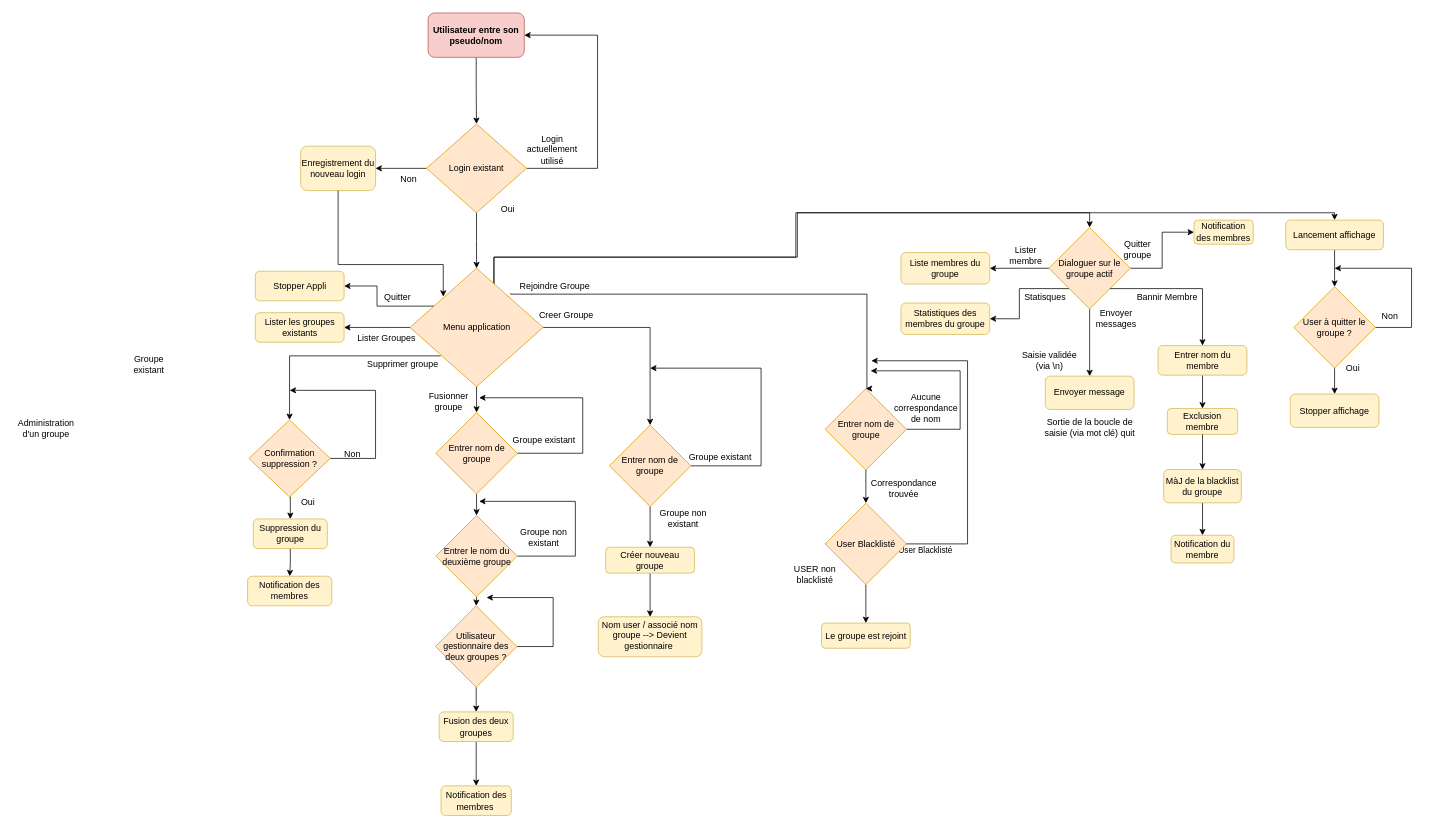
The draw.io diagram docs/Diagramme/DiagrammeFlux_Projet_a_jourV3.drawio in clementfvrl/projet_linux, before the edit. Source tidied: cells renumbered, new cells numbered last; positions are measured from the earlier drawing's top-left corner, leaving out a move shared by most shapes. Both pictures are drawn from the tidied source at 74%, with x=0, y=0 at pixel (13, 13).
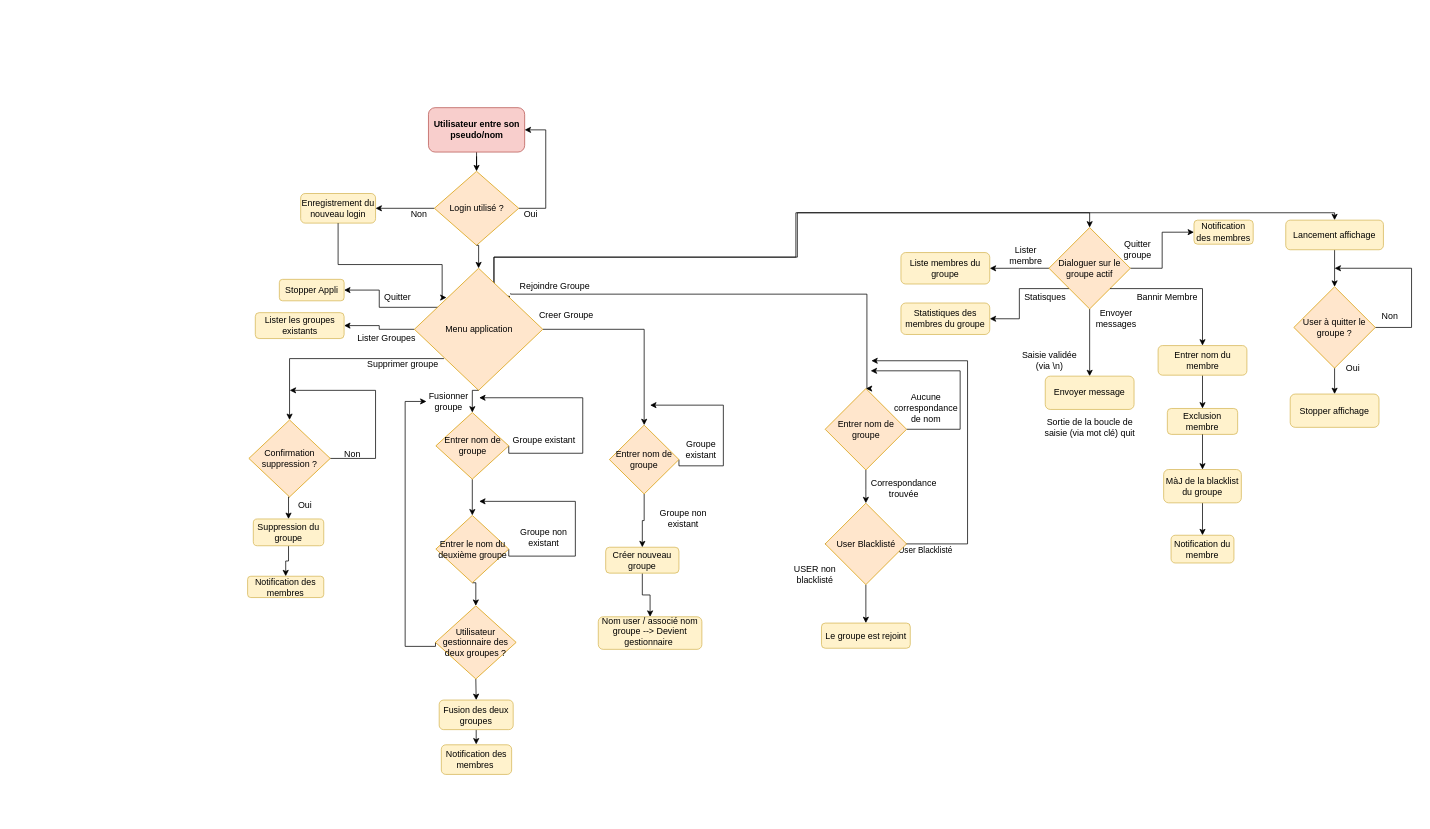
The same diagram, later.

The change refers to these unchanged cells:
```xml
<mxCell id="40" value="Fusionner groupe" style="text;strokeColor=none;align=center;fillColor=none;html=1;verticalAlign=middle;whiteSpace=wrap;rounded=0;" parent="1" vertex="1">
  <mxGeometry x="558.8" y="510" width="60" height="30" as="geometry" />
</mxCell>
```

Change to the diagram source:
```diff
@@
     <mxCell id="3" value="&lt;b&gt;Utilisateur entre son pseudo/nom&lt;/b&gt;" style="rounded=1;whiteSpace=wrap;html=1;fontSize=12;glass=0;strokeWidth=1;shadow=0;fillColor=#f8cecc;strokeColor=#b85450;" parent="1" vertex="1">
-      <mxGeometry x="561" width="130" height="60" as="geometry" />
+      <mxGeometry x="561.5" y="128" width="130" height="60" as="geometry" />
     </mxCell>
@@
     <mxCell id="5" value="Créer nouveau groupe" style="whiteSpace=wrap;html=1;rounded=1;glass=0;strokeWidth=1;shadow=0;fillColor=#fff2cc;strokeColor=#d6b656;" parent="1" vertex="1">
-      <mxGeometry x="801" y="722" width="120" height="35" as="geometry" />
+      <mxGeometry x="801" y="722" width="99" height="35" as="geometry" />
     </mxCell>
@@
     <mxCell id="7" value="Groupe existant" style="text;strokeColor=none;align=center;fillColor=none;html=1;verticalAlign=middle;whiteSpace=wrap;rounded=0;" parent="1" vertex="1">
-      <mxGeometry x="911" y="580" width="90" height="40" as="geometry" />
+      <mxGeometry x="900" y="569.5" width="60" height="40" as="geometry" />
     </mxCell>
@@
     <mxCell id="27" value="Menu application" style="rhombus;whiteSpace=wrap;html=1;points=[[0,0.5,0,0,0],[0.23,0.74,0,0,0],[0.25,0.24,0,0,0],[0.5,0,0,0,0],[0.5,1,0,0,0],[0.74,0.24,0,0,0],[0.76,0.74,0,0,0],[1,0.5,0,0,0]];fillColor=#ffe6cc;strokeColor=#d79b00;" parent="1" vertex="1">
-      <mxGeometry x="536.5" y="345" width="180" height="160" as="geometry" />
+      <mxGeometry x="542.5" y="345" width="173.5" height="165" as="geometry" />
     </mxCell>
     <mxCell id="28" style="edgeStyle=orthogonalEdgeStyle;rounded=0;jettySize=auto;html=1;exitX=1;exitY=0.5;exitDx=0;exitDy=0;" parent="1" edge="1" source="30">
       <mxGeometry relative="1" as="geometry">
-        <mxPoint x="861" y="480" as="targetPoint" />
+        <mxPoint x="861" y="530" as="targetPoint" />
         <Array as="points">
-          <mxPoint x="1011" y="612" />
-          <mxPoint x="1011" y="480" />
+          <mxPoint x="960" y="612" />
+          <mxPoint x="960" y="530" />
+          <mxPoint x="861" y="530" />
         </Array>
       </mxGeometry>
     </mxCell>
@@
     <mxCell id="30" value="Entrer nom de groupe" style="rhombus;whiteSpace=wrap;html=1;fillColor=#ffe6cc;strokeColor=#d79b00;" parent="1" vertex="1">
-      <mxGeometry x="806" y="557" width="110" height="110" as="geometry" />
+      <mxGeometry x="806" y="557" width="94" height="93" as="geometry" />
     </mxCell>
     <mxCell id="31" value="Lister les groupes existants" style="rounded=1;whiteSpace=wrap;html=1;fontSize=12;glass=0;strokeWidth=1;shadow=0;fillColor=#fff2cc;strokeColor=#d6b656;" parent="1" vertex="1">
-      <mxGeometry x="327.5" y="405" width="120" height="40" as="geometry" />
+      <mxGeometry x="327.5" y="405" width="120" height="35" as="geometry" />
     </mxCell>
     <mxCell id="32" value="Nom user / associé nom groupe --&amp;gt; Devient gestionnaire&amp;nbsp;" style="rounded=1;whiteSpace=wrap;html=1;shadow=0;strokeWidth=1;spacing=6;spacingTop=-4;fillColor=#fff2cc;strokeColor=#d6b656;" parent="1" vertex="1">
-      <mxGeometry x="791" y="816" width="140" height="54" as="geometry" />
+      <mxGeometry x="791" y="816" width="140" height="44" as="geometry" />
     </mxCell>
@@
     <mxCell id="36" value="Suppression du groupe" style="rounded=1;whiteSpace=wrap;html=1;fillColor=#fff2cc;strokeColor=#d6b656;" parent="1" vertex="1">
-      <mxGeometry x="324.8" y="683.8" width="100" height="40" as="geometry" />
+      <mxGeometry x="324.8" y="683.8" width="95.2" height="36.2" as="geometry" />
     </mxCell>
@@
     <mxCell id="39" value="Fusion des deux groupes" style="rounded=1;whiteSpace=wrap;html=1;fillColor=#fff2cc;strokeColor=#d6b656;" parent="1" vertex="1">
-      <mxGeometry x="576" y="944.5" width="100" height="40" as="geometry" />
+      <mxGeometry x="576" y="928.5" width="100" height="40" as="geometry" />
     </mxCell>
@@
     <mxCell id="44" value="Notification des membres&amp;nbsp;" style="rounded=1;whiteSpace=wrap;html=1;fillColor=#fff2cc;strokeColor=#d6b656;" parent="1" vertex="1">
-      <mxGeometry x="578.5" y="1044.5" width="95" height="40" as="geometry" />
+      <mxGeometry x="578.9" y="989" width="95" height="40" as="geometry" />
     </mxCell>
@@
     <mxCell id="62" value="Notification des membres" style="rounded=1;whiteSpace=wrap;html=1;fillColor=#fff2cc;strokeColor=#d6b656;" parent="1" vertex="1">
-      <mxGeometry x="317.1" y="761.2" width="113.8" height="40" as="geometry" />
+      <mxGeometry x="317.1" y="761.2" width="102.9" height="28.8" as="geometry" />
     </mxCell>
@@
     <mxCell id="64" value="Oui" style="text;html=1;align=center;verticalAlign=middle;whiteSpace=wrap;rounded=0;" parent="1" vertex="1">
-      <mxGeometry x="368.8" y="647.2" width="60" height="30" as="geometry" />
+      <mxGeometry x="364.8" y="651.2" width="60" height="30" as="geometry" />
     </mxCell>
@@
     <mxCell id="67" value="Entrer le nom du deuxième groupe" style="rhombus;whiteSpace=wrap;html=1;fillColor=#ffe6cc;strokeColor=#d79b00;" parent="1" vertex="1">
-      <mxGeometry x="571.5" y="679" width="110" height="110" as="geometry" />
+      <mxGeometry x="571.5" y="679" width="98.5" height="91" as="geometry" />
     </mxCell>
@@
-    <mxCell id="69" value="Groupe existant" style="text;html=1;align=center;verticalAlign=middle;whiteSpace=wrap;rounded=0;" parent="1" vertex="1">
-      <mxGeometry x="154" y="460" width="60" height="30" as="geometry" />
-    </mxCell>
@@
     <mxCell id="73" value="Stopper Appli" style="rounded=1;whiteSpace=wrap;html=1;fontSize=12;glass=0;strokeWidth=1;shadow=0;fillColor=#fff2cc;strokeColor=#d6b656;" parent="1" vertex="1">
-      <mxGeometry x="327.5" y="349" width="120" height="40" as="geometry" />
+      <mxGeometry x="360" y="360" width="87.5" height="29" as="geometry" />
     </mxCell>
@@
-    <mxCell id="83" value="Administration d'un groupe" style="text;strokeColor=none;align=center;fillColor=none;html=1;verticalAlign=middle;whiteSpace=wrap;rounded=0;" parent="1" vertex="1">
-      <mxGeometry y="540.5" width="90" height="40" as="geometry" />
-    </mxCell>
@@
     <mxCell id="87" style="edgeStyle=orthogonalEdgeStyle;rounded=0;jettySize=auto;html=1;exitX=1;exitY=0.5;exitDx=0;exitDy=0;exitPerimeter=0;entryX=1;entryY=0.5;entryDx=0;entryDy=0;" parent="1" edge="1" source="88" target="3">
       <mxGeometry relative="1" as="geometry">
         <Array as="points">
-          <mxPoint x="790" y="210" />
-          <mxPoint x="790" y="30" />
+          <mxPoint x="720" y="264" />
+          <mxPoint x="720" y="158" />
         </Array>
       </mxGeometry>
     </mxCell>
-    <mxCell id="88" value="Login existant" style="rhombus;whiteSpace=wrap;html=1;points=[[0,0.5,0,0,0],[0.23,0.74,0,0,0],[0.25,0.24,0,0,0],[0.5,0,0,0,0],[0.5,1,0,0,0],[0.74,0.24,0,0,0],[0.76,0.74,0,0,0],[1,0.5,0,0,0]];fillColor=#ffe6cc;strokeColor=#d79b00;" parent="1" vertex="1">
-      <mxGeometry x="558.8" y="150" width="135.2" height="120" as="geometry" />
+    <mxCell id="88" value="Login utilisé ?" style="rhombus;whiteSpace=wrap;html=1;points=[[0,0.5,0,0,0],[0.23,0.74,0,0,0],[0.25,0.24,0,0,0],[0.5,0,0,0,0],[0.5,1,0,0,0],[0.74,0.24,0,0,0],[0.76,0.74,0,0,0],[1,0.5,0,0,0]];fillColor=#ffe6cc;strokeColor=#d79b00;" parent="1" vertex="1">
+      <mxGeometry x="569.5" y="214" width="114" height="100" as="geometry" />
     </mxCell>
@@
     <mxCell id="90" value="Enregistrement du nouveau login" style="rounded=1;whiteSpace=wrap;html=1;fillColor=#fff2cc;strokeColor=#d6b656;" parent="1" vertex="1">
-      <mxGeometry x="388.8" y="180" width="101.2" height="60" as="geometry" />
+      <mxGeometry x="388.8" y="244" width="101.2" height="40" as="geometry" />
     </mxCell>
     <mxCell id="91" style="edgeStyle=orthogonalEdgeStyle;rounded=0;jettySize=auto;html=1;exitX=0.5;exitY=1;exitDx=0;exitDy=0;entryX=0.25;entryY=0.24;entryDx=0;entryDy=0;entryPerimeter=0;" parent="1" edge="1" source="90" target="27">
       <mxGeometry relative="1" as="geometry">
         <Array as="points">
           <mxPoint x="439" y="340" />
-          <mxPoint x="582" y="340" />
+          <mxPoint x="580" y="340" />
         </Array>
       </mxGeometry>
     </mxCell>
     <mxCell id="92" value="Non" style="text;html=1;whiteSpace=wrap;strokeColor=none;fillColor=none;align=center;verticalAlign=middle;rounded=0;" parent="1" vertex="1">
-      <mxGeometry x="505" y="210" width="60" height="30" as="geometry" />
+      <mxGeometry x="519" y="257" width="60" height="30" as="geometry" />
     </mxCell>
     <mxCell id="93" value="Oui" style="text;html=1;whiteSpace=wrap;strokeColor=none;fillColor=none;align=center;verticalAlign=middle;rounded=0;" parent="1" vertex="1">
-      <mxGeometry x="639" y="250" width="60" height="30" as="geometry" />
+      <mxGeometry x="670" y="257" width="60" height="30" as="geometry" />
     </mxCell>
-    <mxCell id="94" value="Login actuellement utilisé" style="text;html=1;whiteSpace=wrap;strokeColor=none;fillColor=none;align=center;verticalAlign=middle;rounded=0;" parent="1" vertex="1">
-      <mxGeometry x="699" y="170" width="60" height="30" as="geometry" />
-    </mxCell>
@@
     <mxCell id="99" value="Entrer nom de groupe" style="rhombus;whiteSpace=wrap;html=1;fillColor=#ffe6cc;strokeColor=#d79b00;" parent="1" vertex="1">
-      <mxGeometry x="571.5" y="540" width="110" height="110" as="geometry" />
+      <mxGeometry x="571.5" y="540" width="98.5" height="90" as="geometry" />
     </mxCell>
@@
-    <mxCell id="102" style="edgeStyle=orthogonalEdgeStyle;rounded=0;jettySize=auto;html=1;exitX=1;exitY=0.5;exitDx=0;exitDy=0;" parent="1" edge="1" source="103">
+    <mxCell id="102" style="edgeStyle=orthogonalEdgeStyle;rounded=0;jettySize=auto;html=1;exitX=0;exitY=0.5;exitDx=0;exitDy=0;entryX=0;entryY=0.5;entryDx=0;entryDy=0;" parent="1" edge="1" source="103" target="40">
       <mxGeometry relative="1" as="geometry">
-        <mxPoint x="640" y="790" as="targetPoint" />
         <Array as="points">
-          <mxPoint x="730" y="856" />
-          <mxPoint x="730" y="790" />
+          <mxPoint x="530" y="856" />
+          <mxPoint x="530" y="525" />
         </Array>
       </mxGeometry>
     </mxCell>
     <mxCell id="103" value="Utilisateur gestionnaire des deux groupes ?" style="rhombus;whiteSpace=wrap;html=1;fillColor=#ffe6cc;strokeColor=#d79b00;" parent="1" vertex="1">
-      <mxGeometry x="571" y="801.2" width="110" height="110" as="geometry" />
+      <mxGeometry x="571" y="801.2" width="109" height="98.8" as="geometry" />
     </mxCell>
```
